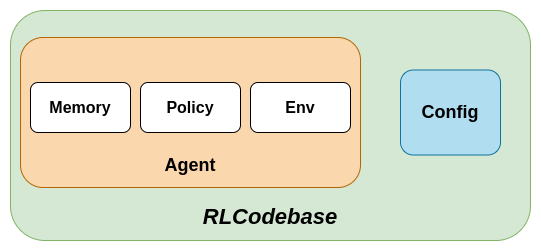
KarlXing/RLCodebase keeps this draw.io diagram as imgs/RLCodebase.png. Above is the earlier version. Source tidied: cells renumbered, new cells last; positions are measured from the earlier drawing's top-left corner, leaving out a move shared by most shapes. Source of this version:
```xml
<mxGraphModel>
  <root>
    <mxCell id="0" />
    <mxCell id="1" parent="0" />
    <mxCell id="2" value="&lt;b style=&quot;font-size: 20px&quot;&gt;&lt;font style=&quot;font-size: 22px&quot;&gt;&lt;i&gt;&lt;br&gt;&lt;br&gt;&lt;br&gt;&lt;br&gt;&lt;br&gt;&lt;br&gt;&lt;br&gt;RLCodebase&lt;/i&gt;&lt;/font&gt;&lt;/b&gt;" style="rounded=1;whiteSpace=wrap;html=1;fillColor=#d5e8d4;strokeColor=#82b366;" parent="1" vertex="1">
      <mxGeometry width="520" height="230" as="geometry" />
    </mxCell>
    <mxCell id="3" value="&lt;font style=&quot;font-size: 18px&quot;&gt;&lt;br&gt;&lt;br&gt;&lt;br&gt;&lt;br&gt;&lt;br&gt;&lt;b&gt;Agent&lt;/b&gt;&lt;/font&gt;" style="rounded=1;whiteSpace=wrap;html=1;fillColor=#fad7ac;strokeColor=#b46504;" parent="1" vertex="1">
      <mxGeometry x="10" y="27" width="340" height="150" as="geometry" />
    </mxCell>
    <mxCell id="4" value="&lt;font style=&quot;font-size: 18px&quot;&gt;&lt;b&gt;Config&lt;/b&gt;&lt;/font&gt;" style="rounded=1;whiteSpace=wrap;html=1;fillColor=#b1ddf0;strokeColor=#10739e;" parent="1" vertex="1">
      <mxGeometry x="390" y="59.5" width="100" height="85" as="geometry" />
    </mxCell>
    <mxCell id="5" value="&lt;font style=&quot;font-size: 16px&quot;&gt;&lt;b&gt;Policy&lt;/b&gt;&lt;/font&gt;" style="rounded=1;whiteSpace=wrap;html=1;" parent="1" vertex="1">
      <mxGeometry x="130" y="72" width="100" height="50" as="geometry" />
    </mxCell>
    <mxCell id="6" value="&lt;font style=&quot;font-size: 16px&quot;&gt;&lt;b&gt;Memory&lt;/b&gt;&lt;/font&gt;" style="rounded=1;whiteSpace=wrap;html=1;" parent="1" vertex="1">
      <mxGeometry x="20" y="72" width="100" height="50" as="geometry" />
    </mxCell>
    <mxCell id="7" value="&lt;font style=&quot;font-size: 16px&quot;&gt;&lt;b&gt;Env&lt;/b&gt;&lt;/font&gt;" style="rounded=1;whiteSpace=wrap;html=1;" parent="1" vertex="1">
      <mxGeometry x="240" y="72" width="100" height="50" as="geometry" />
    </mxCell>
  </root>
</mxGraphModel>
```
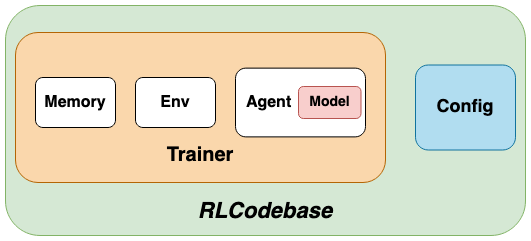
The same diagram one commit later.

The edit, as a diff of the source:
```diff
@@ -5,20 +5,23 @@
     <mxCell id="2" value="&lt;b style=&quot;font-size: 20px&quot;&gt;&lt;font style=&quot;font-size: 22px&quot;&gt;&lt;i&gt;&lt;br&gt;&lt;br&gt;&lt;br&gt;&lt;br&gt;&lt;br&gt;&lt;br&gt;&lt;br&gt;RLCodebase&lt;/i&gt;&lt;/font&gt;&lt;/b&gt;" style="rounded=1;whiteSpace=wrap;html=1;fillColor=#d5e8d4;strokeColor=#82b366;" parent="1" vertex="1">
       <mxGeometry width="520" height="230" as="geometry" />
     </mxCell>
-    <mxCell id="3" value="&lt;font style=&quot;font-size: 18px&quot;&gt;&lt;br&gt;&lt;br&gt;&lt;br&gt;&lt;br&gt;&lt;br&gt;&lt;b&gt;Agent&lt;/b&gt;&lt;/font&gt;" style="rounded=1;whiteSpace=wrap;html=1;fillColor=#fad7ac;strokeColor=#b46504;" parent="1" vertex="1">
-      <mxGeometry x="10" y="27" width="340" height="150" as="geometry" />
+    <mxCell id="3" value="&lt;font style=&quot;font-size: 20px&quot;&gt;&lt;br&gt;&lt;br&gt;&lt;br&gt;&lt;b&gt;&lt;br&gt;Trainer&lt;/b&gt;&lt;br&gt;&lt;b&gt;&lt;/b&gt;&lt;/font&gt;" style="rounded=1;whiteSpace=wrap;html=1;fillColor=#fad7ac;strokeColor=#b46504;" parent="1" vertex="1">
+      <mxGeometry x="10" y="27" width="370" height="150" as="geometry" />
     </mxCell>
     <mxCell id="4" value="&lt;font style=&quot;font-size: 18px&quot;&gt;&lt;b&gt;Config&lt;/b&gt;&lt;/font&gt;" style="rounded=1;whiteSpace=wrap;html=1;fillColor=#b1ddf0;strokeColor=#10739e;" parent="1" vertex="1">
-      <mxGeometry x="390" y="59.5" width="100" height="85" as="geometry" />
+      <mxGeometry x="410" y="59.5" width="100" height="85" as="geometry" />
     </mxCell>
-    <mxCell id="5" value="&lt;font style=&quot;font-size: 16px&quot;&gt;&lt;b&gt;Policy&lt;/b&gt;&lt;/font&gt;" style="rounded=1;whiteSpace=wrap;html=1;" parent="1" vertex="1">
-      <mxGeometry x="130" y="72" width="100" height="50" as="geometry" />
+    <mxCell id="5" value="&lt;div align=&quot;left&quot;&gt;&lt;b&gt;&lt;font style=&quot;font-size: 16px&quot;&gt;&amp;nbsp; Agent&lt;/font&gt;&lt;/b&gt;&lt;/div&gt;" style="rounded=1;whiteSpace=wrap;html=1;align=left;" parent="1" vertex="1">
+      <mxGeometry x="230" y="62.6" width="130" height="68.8" as="geometry" />
     </mxCell>
     <mxCell id="6" value="&lt;font style=&quot;font-size: 16px&quot;&gt;&lt;b&gt;Memory&lt;/b&gt;&lt;/font&gt;" style="rounded=1;whiteSpace=wrap;html=1;" parent="1" vertex="1">
-      <mxGeometry x="20" y="72" width="100" height="50" as="geometry" />
+      <mxGeometry x="30" y="72" width="80" height="50" as="geometry" />
     </mxCell>
     <mxCell id="7" value="&lt;font style=&quot;font-size: 16px&quot;&gt;&lt;b&gt;Env&lt;/b&gt;&lt;/font&gt;" style="rounded=1;whiteSpace=wrap;html=1;" parent="1" vertex="1">
-      <mxGeometry x="240" y="72" width="100" height="50" as="geometry" />
+      <mxGeometry x="130" y="72" width="80" height="50" as="geometry" />
     </mxCell>
+    <mxCell id="8" value="&lt;b&gt;&lt;font style=&quot;font-size: 14px&quot;&gt;Model&lt;/font&gt;&lt;/b&gt;" style="rounded=1;whiteSpace=wrap;html=1;fillColor=#f8cecc;strokeColor=#b85450;" parent="1" vertex="1">
+      <mxGeometry x="293" y="81" width="62.5" height="32" as="geometry" />
+    </mxCell>
   </root>
 </mxGraphModel>
```
